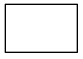
This is sdl.png from adamatan/graphviz_linked_list, a Graphviz export, as it was before one commit. Its source is kept beside it as sdl.dot. Its diagram source:
```dot
digraph foo {
	e [shape=sdl_stop, label=""];
}
```
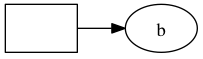
Later version of the same file.

What changed in the source:
```diff
@@ -1,3 +1,6 @@
 digraph foo {
-	e [shape=sdl_stop, label=""];
+	rankdir=LR;
+	a [shape=sdl_stop, label=""];
+	b;
+	a -> b;
 }
```
